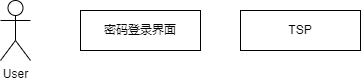
Earlier version of the draw.io export x9hp/密码登录时序图.png (notigit/Image). Source tidied: cells renumbered, new cells last; positions are measured from the earlier drawing's top-left corner, leaving out a move shared by most shapes. The source it was exported from:
```xml
<mxGraphModel>
  <root>
    <mxCell id="0" />
    <mxCell id="1" parent="0" />
    <mxCell id="2" value="密码登录界面" style="rounded=0;whiteSpace=wrap;html=1;" parent="1" vertex="1">
      <mxGeometry x="80" y="10" width="120" height="40" as="geometry" />
    </mxCell>
    <mxCell id="3" value="TSP" style="rounded=0;whiteSpace=wrap;html=1;" parent="1" vertex="1">
      <mxGeometry x="240" y="10" width="120" height="40" as="geometry" />
    </mxCell>
    <mxCell id="4" value="User" style="shape=umlActor;verticalLabelPosition=bottom;verticalAlign=top;html=1;" parent="1" vertex="1">
      <mxGeometry width="30" height="60" as="geometry" />
    </mxCell>
  </root>
</mxGraphModel>
```
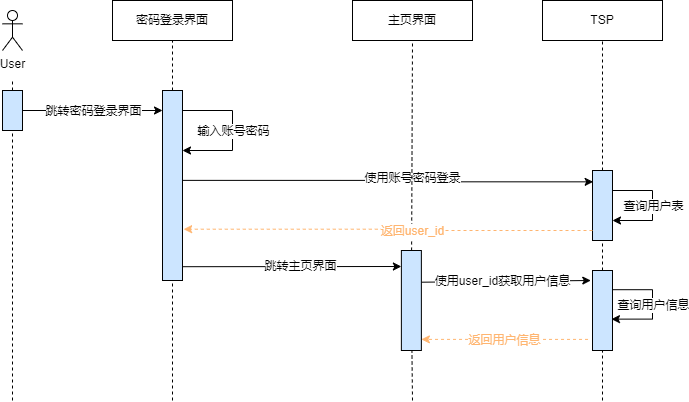
After the change.

Commit message:
更新密码登录时序图.png

Diff of the diagram source:
```diff
@@ -3,13 +3,178 @@
     <mxCell id="0" />
     <mxCell id="1" parent="0" />
     <mxCell id="2" value="密码登录界面" style="rounded=0;whiteSpace=wrap;html=1;" parent="1" vertex="1">
-      <mxGeometry x="80" y="10" width="120" height="40" as="geometry" />
+      <mxGeometry x="120" y="10" width="120" height="40" as="geometry" />
     </mxCell>
     <mxCell id="3" value="TSP" style="rounded=0;whiteSpace=wrap;html=1;" parent="1" vertex="1">
-      <mxGeometry x="240" y="10" width="120" height="40" as="geometry" />
+      <mxGeometry x="550" y="10" width="120" height="40" as="geometry" />
     </mxCell>
     <mxCell id="4" value="User" style="shape=umlActor;verticalLabelPosition=bottom;verticalAlign=top;html=1;" parent="1" vertex="1">
-      <mxGeometry width="30" height="60" as="geometry" />
+      <mxGeometry x="10" y="20" width="20" height="40" as="geometry" />
     </mxCell>
+    <mxCell id="5" style="endArrow=none;dashed=1;html=1;rounded=0;startArrow=none;" parent="1" edge="1" source="6">
+      <mxGeometry relative="1" as="geometry">
+        <mxPoint x="20" y="90" as="targetPoint" />
+      </mxGeometry>
+    </mxCell>
+    <mxCell id="6" style="rounded=0;whiteSpace=wrap;html=1;fillColor=#CCE5FF;" parent="1" vertex="1">
+      <mxGeometry x="10" y="100" width="20" height="40" as="geometry" />
+    </mxCell>
+    <mxCell id="7" style="endArrow=none;dashed=1;html=1;rounded=0;" parent="1" edge="1" target="6">
+      <mxGeometry relative="1" as="geometry">
+        <mxPoint x="20" y="410" as="sourcePoint" />
+      </mxGeometry>
+    </mxCell>
+    <mxCell id="8" style="endArrow=none;dashed=1;html=1;rounded=0;startArrow=none;entryX=0.5;entryY=1;entryDx=0;entryDy=0;" parent="1" edge="1" source="11" target="2">
+      <mxGeometry relative="1" as="geometry" />
+    </mxCell>
+    <mxCell id="9" style="edgeStyle=orthogonalEdgeStyle;rounded=0;jettySize=auto;html=1;exitX=1.01;exitY=0.473;exitDx=0;exitDy=0;fontSize=6;entryX=0.033;entryY=0.162;entryDx=0;entryDy=0;entryPerimeter=0;exitPerimeter=0;" parent="1" edge="1" source="11" target="14">
+      <mxGeometry relative="1" as="geometry" />
+    </mxCell>
+    <mxCell id="10" value="&lt;font style=&quot;font-size: 11px&quot;&gt;使用账号密码登录&lt;/font&gt;" style="edgeLabel;html=1;align=center;verticalAlign=middle;fontSize=6;" parent="9" vertex="1">
+      <mxGeometry x="-0.17" y="2" relative="1" as="geometry">
+        <mxPoint x="58" as="offset" />
+      </mxGeometry>
+    </mxCell>
+    <mxCell id="11" style="rounded=0;whiteSpace=wrap;html=1;fillColor=#CCE5FF;" parent="1" vertex="1">
+      <mxGeometry x="170" y="100" width="20" height="190" as="geometry" />
+    </mxCell>
+    <mxCell id="12" style="endArrow=none;dashed=1;html=1;rounded=0;" parent="1" edge="1" target="11">
+      <mxGeometry relative="1" as="geometry">
+        <mxPoint x="180" y="410" as="sourcePoint" />
+      </mxGeometry>
+    </mxCell>
+    <mxCell id="13" style="endArrow=none;dashed=1;html=1;rounded=0;startArrow=none;entryX=0.5;entryY=1;entryDx=0;entryDy=0;" parent="1" edge="1" source="14" target="3">
+      <mxGeometry relative="1" as="geometry" />
+    </mxCell>
+    <mxCell id="14" style="rounded=0;whiteSpace=wrap;html=1;fillColor=#CCE5FF;" parent="1" vertex="1">
+      <mxGeometry x="600" y="180" width="20" height="70" as="geometry" />
+    </mxCell>
+    <mxCell id="15" style="endArrow=none;dashed=1;html=1;rounded=0;startArrow=none;entryX=0.5;entryY=1;entryDx=0;entryDy=0;" parent="1" edge="1" source="35" target="14">
+      <mxGeometry relative="1" as="geometry" />
+    </mxCell>
+    <mxCell id="16" style="endArrow=classic;html=1;rounded=0;exitX=1;exitY=0.5;exitDx=0;exitDy=0;" parent="1" edge="1" source="6">
+      <mxGeometry relative="1" as="geometry">
+        <mxPoint x="170" y="120" as="targetPoint" />
+      </mxGeometry>
+    </mxCell>
+    <mxCell id="17" style="edgeLabel;html=1;align=center;verticalAlign=middle;fillColor=#CCE5FF;fontSize=2;" parent="16" vertex="1">
+      <mxGeometry relative="1" as="geometry">
+        <mxPoint x="20" as="offset" />
+      </mxGeometry>
+    </mxCell>
+    <mxCell id="18" value="跳转密码登录界面" style="edgeLabel;html=1;align=center;verticalAlign=middle;fontSize=6;" parent="16" vertex="1">
+      <mxGeometry x="-0.15" relative="1" as="geometry">
+        <mxPoint x="10" as="offset" />
+      </mxGeometry>
+    </mxCell>
+    <mxCell id="19" style="endArrow=classic;html=1;rounded=0;fontSize=6;edgeStyle=orthogonalEdgeStyle;" parent="1" edge="1">
+      <mxGeometry relative="1" as="geometry">
+        <mxPoint x="190" y="120" as="sourcePoint" />
+        <mxPoint x="190" y="160" as="targetPoint" />
+        <Array as="points">
+          <mxPoint x="240" y="120" />
+          <mxPoint x="240" y="160" />
+          <mxPoint x="190" y="160" />
+        </Array>
+      </mxGeometry>
+    </mxCell>
+    <mxCell id="20" value="输入账号密码" style="edgeLabel;html=1;align=center;verticalAlign=middle;fontSize=6;fillColor=#CCE5FF;" parent="19" vertex="1">
+      <mxGeometry relative="1" as="geometry" />
+    </mxCell>
+    <mxCell id="21" style="endArrow=classic;html=1;rounded=0;fontSize=11;edgeStyle=orthogonalEdgeStyle;" parent="1" edge="1">
+      <mxGeometry relative="1" as="geometry">
+        <mxPoint x="620" y="200" as="sourcePoint" />
+        <mxPoint x="620" y="230" as="targetPoint" />
+        <Array as="points">
+          <mxPoint x="660" y="200" />
+          <mxPoint x="660" y="230" />
+        </Array>
+      </mxGeometry>
+    </mxCell>
+    <mxCell id="22" value="查询用户表" style="edgeLabel;html=1;align=center;verticalAlign=middle;fontSize=11;fillColor=#CCE5FF;" parent="21" vertex="1">
+      <mxGeometry relative="1" as="geometry" />
+    </mxCell>
+    <mxCell id="23" style="endArrow=classic;html=1;rounded=0;fontSize=11;fontColor=#FFB570;strokeColor=#000000;fillColor=#FFF2CC;exitX=1;exitY=0.25;exitDx=0;exitDy=0;entryX=-0.03;entryY=0.135;entryDx=0;entryDy=0;entryPerimeter=0;" parent="1" edge="1">
+      <mxGeometry relative="1" as="geometry">
+        <mxPoint x="428.9" y="291.7" as="sourcePoint" />
+        <mxPoint x="598.3" y="290" as="targetPoint" />
+      </mxGeometry>
+    </mxCell>
+    <mxCell id="24" value="使用user_id获取用户信息" style="edgeLabel;html=1;align=center;verticalAlign=middle;fontSize=11;fontColor=#000000;fillColor=#FFB570;" parent="23" vertex="1">
+      <mxGeometry relative="1" as="geometry">
+        <mxPoint x="-4" as="offset" />
+      </mxGeometry>
+    </mxCell>
+    <mxCell id="25" style="endArrow=classic;html=1;rounded=0;fontSize=11;fontColor=#000000;strokeColor=#000000;fillColor=#FFF2CC;edgeStyle=orthogonalEdgeStyle;entryX=1.004;entryY=0.618;entryDx=0;entryDy=0;exitX=1;exitY=0.25;exitDx=0;exitDy=0;entryPerimeter=0;" parent="1" edge="1">
+      <mxGeometry relative="1" as="geometry">
+        <mxPoint x="618.9" y="299.2" as="sourcePoint" />
+        <mxPoint x="619" y="328.6" as="targetPoint" />
+        <Array as="points">
+          <mxPoint x="660" y="299" />
+          <mxPoint x="660" y="329" />
+        </Array>
+      </mxGeometry>
+    </mxCell>
+    <mxCell id="26" value="查询用户信息" style="edgeLabel;html=1;align=center;verticalAlign=middle;fontSize=11;fontColor=#000000;fillColor=#FFB570;" parent="25" vertex="1">
+      <mxGeometry relative="1" as="geometry" />
+    </mxCell>
+    <mxCell id="27" style="edgeStyle=orthogonalEdgeStyle;rounded=0;orthogonalLoop=1;jettySize=auto;html=1;exitX=-0.168;exitY=0.871;exitDx=0;exitDy=0;fontSize=11;dashed=1;fillColor=#FFF2CC;strokeColor=#FFB570;exitPerimeter=0;" parent="1" edge="1">
+      <mxGeometry relative="1" as="geometry">
+        <mxPoint x="595.5" y="348.9" as="sourcePoint" />
+        <mxPoint x="428.9" y="348.9" as="targetPoint" />
+        <Array as="points">
+          <mxPoint x="428.9" y="349.2" />
+          <mxPoint x="428.9" y="349.2" />
+        </Array>
+      </mxGeometry>
+    </mxCell>
+    <mxCell id="28" value="返回用户信息" style="edgeLabel;html=1;align=center;verticalAlign=middle;fontSize=11;fillColor=#FFB570;fontColor=#FFB570;" parent="27" vertex="1">
+      <mxGeometry x="-0.16" y="1" relative="1" as="geometry">
+        <mxPoint x="-14" as="offset" />
+      </mxGeometry>
+    </mxCell>
+    <mxCell id="29" value="主页界面" style="rounded=0;whiteSpace=wrap;html=1;" parent="1" vertex="1">
+      <mxGeometry x="360" y="10" width="120" height="40" as="geometry" />
+    </mxCell>
+    <mxCell id="30" style="endArrow=none;dashed=1;html=1;rounded=0;startArrow=none;entryX=0.5;entryY=1;entryDx=0;entryDy=0;" parent="1" edge="1" source="31" target="29">
+      <mxGeometry relative="1" as="geometry" />
+    </mxCell>
+    <mxCell id="31" style="rounded=0;whiteSpace=wrap;html=1;fillColor=#CCE5FF;" parent="1" vertex="1">
+      <mxGeometry x="408.9" y="260" width="20" height="100" as="geometry" />
+    </mxCell>
+    <mxCell id="32" style="endArrow=none;dashed=1;html=1;rounded=0;" parent="1" edge="1" target="31">
+      <mxGeometry relative="1" as="geometry">
+        <mxPoint x="420" y="410" as="sourcePoint" />
+      </mxGeometry>
+    </mxCell>
+    <mxCell id="33" style="endArrow=classic;html=1;rounded=0;fontSize=11;fontColor=#000000;strokeColor=#000000;fillColor=#FFF2CC;exitX=1.056;exitY=0.554;exitDx=0;exitDy=0;exitPerimeter=0;" parent="1" edge="1">
+      <mxGeometry relative="1" as="geometry">
+        <mxPoint x="190" y="276.2" as="sourcePoint" />
+        <mxPoint x="408.9" y="276" as="targetPoint" />
+      </mxGeometry>
+    </mxCell>
+    <mxCell id="34" value="跳转主页界面" style="edgeLabel;html=1;align=center;verticalAlign=middle;fontSize=11;fontColor=#000000;fillColor=#FFB570;" parent="33" vertex="1">
+      <mxGeometry relative="1" as="geometry">
+        <mxPoint x="9" y="-1" as="offset" />
+      </mxGeometry>
+    </mxCell>
+    <mxCell id="35" style="rounded=0;whiteSpace=wrap;html=1;fillColor=#CCE5FF;" parent="1" vertex="1">
+      <mxGeometry x="600" y="280" width="20" height="80" as="geometry" />
+    </mxCell>
+    <mxCell id="36" style="endArrow=none;dashed=1;html=1;rounded=0;" parent="1" edge="1" target="35">
+      <mxGeometry relative="1" as="geometry">
+        <mxPoint x="610" y="410" as="sourcePoint" />
+      </mxGeometry>
+    </mxCell>
+    <mxCell id="37" style="edgeStyle=orthogonalEdgeStyle;rounded=0;jettySize=auto;html=1;exitX=-0.168;exitY=0.871;exitDx=0;exitDy=0;fontSize=11;dashed=1;fillColor=#FFF2CC;strokeColor=#FFB570;exitPerimeter=0;entryX=1.056;entryY=0.73;entryDx=0;entryDy=0;entryPerimeter=0;" parent="1" edge="1" target="11">
+      <mxGeometry relative="1" as="geometry">
+        <mxPoint x="600" y="240" as="sourcePoint" />
+      </mxGeometry>
+    </mxCell>
+    <mxCell id="38" value="返回user_id" style="edgeLabel;html=1;align=center;verticalAlign=middle;fontSize=11;fillColor=#FFB570;fontColor=#FFB570;" parent="37" vertex="1">
+      <mxGeometry x="-0.16" y="1" relative="1" as="geometry">
+        <mxPoint x="-9" y="-1" as="offset" />
+      </mxGeometry>
+    </mxCell>
   </root>
 </mxGraphModel>
```
